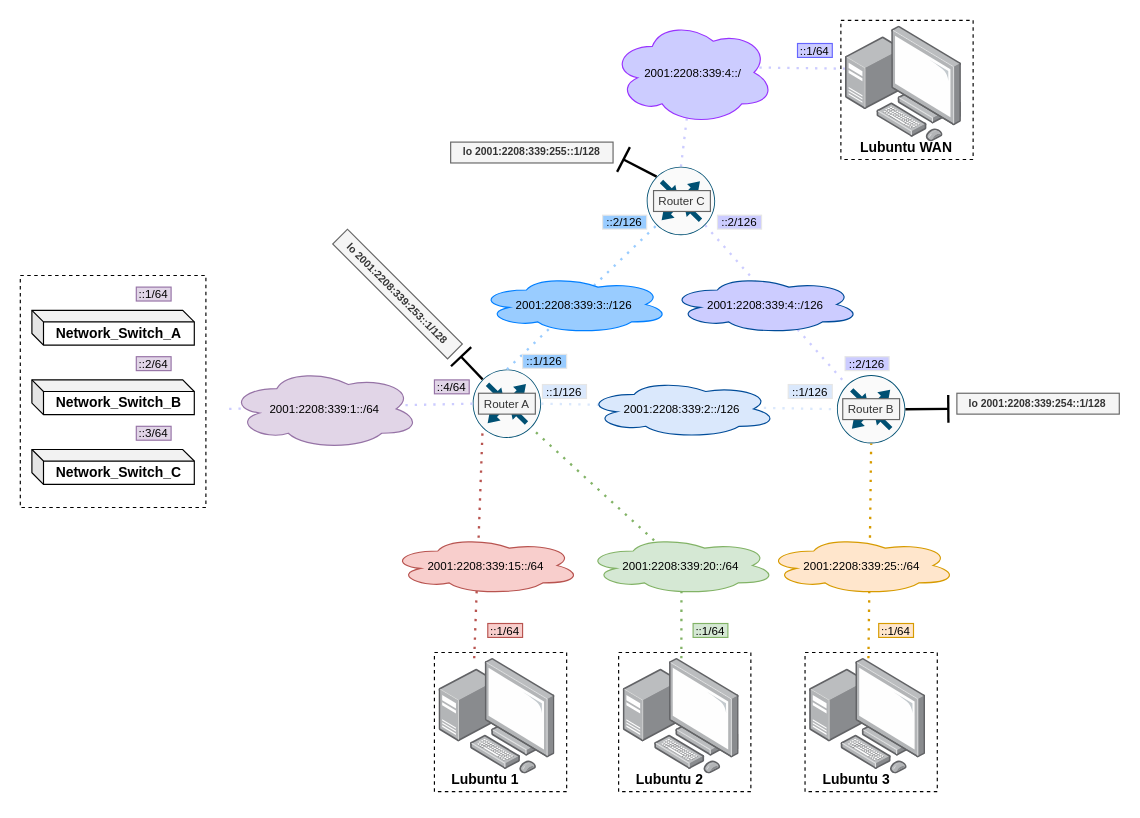
Before: page "Page-6" (4 of 4) of documentation/E16/E16NetworkCharts.drawio in Kjersheim/DataNetworksIntro2023, a draw.io diagram. Source tidied: cells renumbered, new cells numbered last; positions are measured from the earlier drawing's top-left corner, leaving out a move shared by most shapes. Both pictures are drawn from the tidied source at 116%, with x=0, y=0 at pixel (20, 20).
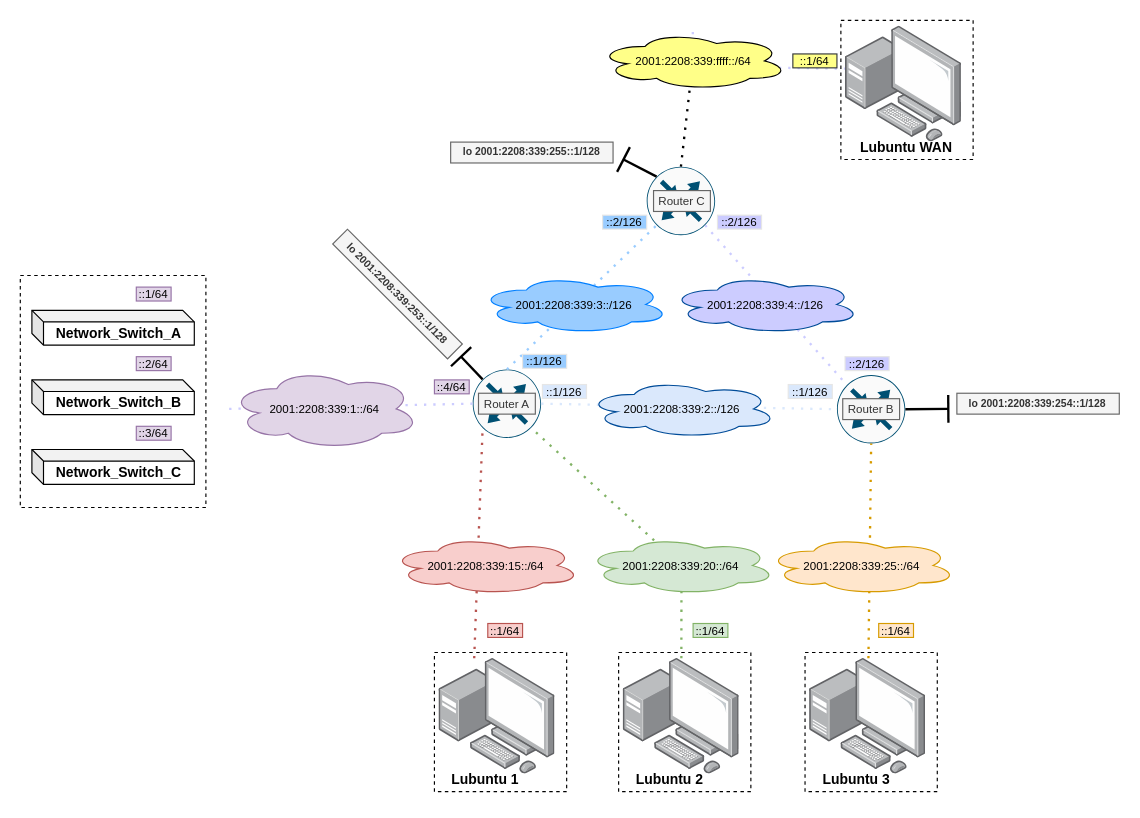
After the change.

Unchanged cells that the change refers to:
```xml
<mxCell id="17" style="sketch=0;points=[[0.5,0,0],[1,0.5,0],[0.5,1,0],[0,0.5,0],[0.145,0.145,0],[0.8555,0.145,0],[0.855,0.8555,0],[0.145,0.855,0]];verticalLabelPosition=bottom;html=1;verticalAlign=top;align=center;shape=mxgraph.cisco19.rect;prIcon=router;fillColor=#FAFAFA;strokeColor=#005073;" parent="1" vertex="1">
  <mxGeometry x="540" y="126.2" width="59" height="59" as="geometry" />
</mxCell>
<mxCell id="38" style="points=[];html=1;align=center;shadow=0;dashed=0;image;image=img/lib/allied_telesis/computer_and_terminals/Personal_Computer_with_Server.svg;" parent="1" vertex="1">
  <mxGeometry x="711.4" y="5" width="100" height="100" as="geometry" />
</mxCell>
```

Change to the diagram source:
```diff
@@
-    <mxCell id="2" style="endArrow=none;dashed=1;html=1;dashPattern=1 3;strokeWidth=2;rounded=0;strokeColor=#CCCCFF;fontSize=10;exitX=0.5;exitY=0;exitDx=0;exitDy=0;exitPerimeter=0;entryX=-0.005;entryY=0.367;entryDx=0;entryDy=0;entryPerimeter=0;" parent="1" edge="1" source="17" target="38">
+    <mxCell id="2" style="endArrow=none;dashed=1;html=1;dashPattern=1 3;strokeWidth=2;rounded=0;strokeColor=#CCCCFF;fontSize=10;exitX=0.5;exitY=0;exitDx=0;exitDy=0;exitPerimeter=0;entryX=-0.005;entryY=0.367;entryDx=0;entryDy=0;entryPerimeter=0;startArrow=none;" parent="1" edge="1" source="61" target="38">
       <mxGeometry relative="1" as="geometry">
         <Array as="points">
           <mxPoint x="580" y="40" />
         </Array>
       </mxGeometry>
     </mxCell>
@@
-    <mxCell id="36" value="&lt;font style=&quot;font-size: 10px;&quot;&gt;2001:2208:339:4::/&lt;/font&gt;" style="ellipse;shape=cloud;whiteSpace=wrap;html=1;fillColor=#CCCCFF;strokeColor=#9933FF;" parent="1" vertex="1">
-      <mxGeometry x="509.8" width="140.2" height="90" as="geometry" />
-    </mxCell>
@@
-    <mxCell id="50" value="&lt;span style=&quot;color: rgb(0, 0, 0); font-family: Helvetica; font-size: 10px; font-style: normal; font-variant-ligatures: normal; font-variant-caps: normal; font-weight: 400; letter-spacing: normal; orphans: 2; text-indent: 0px; text-transform: none; widows: 2; word-spacing: 0px; -webkit-text-stroke-width: 0px; text-decoration-thickness: initial; text-decoration-style: initial; text-decoration-color: initial; float: none; display: inline !important;&quot;&gt;::1/64&lt;/span&gt;" style="text;whiteSpace=wrap;html=1;fontSize=10;fillColor=#CCCCFF;strokeColor=#6666FF;fillStyle=solid;verticalAlign=middle;align=center;" parent="1" vertex="1">
-      <mxGeometry x="670" y="20" width="30" height="12" as="geometry" />
-    </mxCell>
@@
+    <mxCell id="50" value="&lt;span style=&quot;color: rgb(0, 0, 0); font-family: Helvetica; font-size: 10px; font-style: normal; font-variant-ligatures: normal; font-variant-caps: normal; font-weight: 400; letter-spacing: normal; orphans: 2; text-indent: 0px; text-transform: none; widows: 2; word-spacing: 0px; -webkit-text-stroke-width: 0px; text-decoration-thickness: initial; text-decoration-style: initial; text-decoration-color: initial; float: none; display: inline !important;&quot;&gt;::1/64&lt;/span&gt;" style="text;whiteSpace=wrap;html=1;fontSize=10;fillColor=#ffff88;verticalAlign=middle;align=center;strokeColor=#36393d;" parent="1" vertex="1">
+      <mxGeometry x="666" y="29" width="38" height="12" as="geometry" />
+    </mxCell>
+    <mxCell id="60" style="endArrow=none;dashed=1;html=1;dashPattern=1 3;strokeWidth=2;rounded=0;strokeColor=#000000;fontSize=10;exitX=0.5;exitY=0;exitDx=0;exitDy=0;exitPerimeter=0;" parent="1" edge="1" source="17" target="61">
+      <mxGeometry relative="1" as="geometry" />
+    </mxCell>
+    <mxCell id="61" value="&lt;font style=&quot;font-size: 10px;&quot;&gt;2001:2208:339:ffff::/64&lt;/font&gt;" style="ellipse;shape=cloud;whiteSpace=wrap;html=1;fillColor=#FFFF88;strokeColor=#000000;" parent="1" vertex="1">
+      <mxGeometry x="497.5" y="10" width="164.5" height="50" as="geometry" />
+    </mxCell>
```
